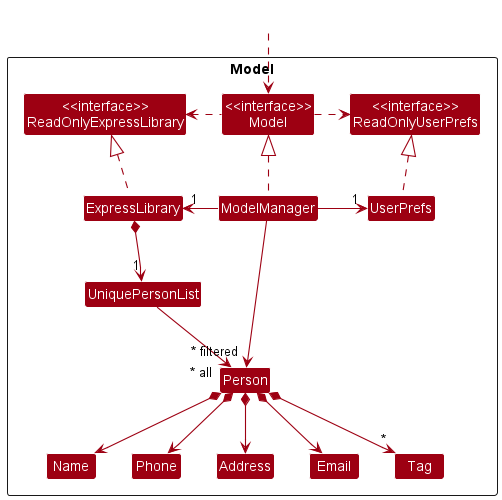
nus-cs2103-AY2223S2/tp keeps this PlantUML diagram as docs/images/ModelClassDiagram.png. Above is the earlier version.
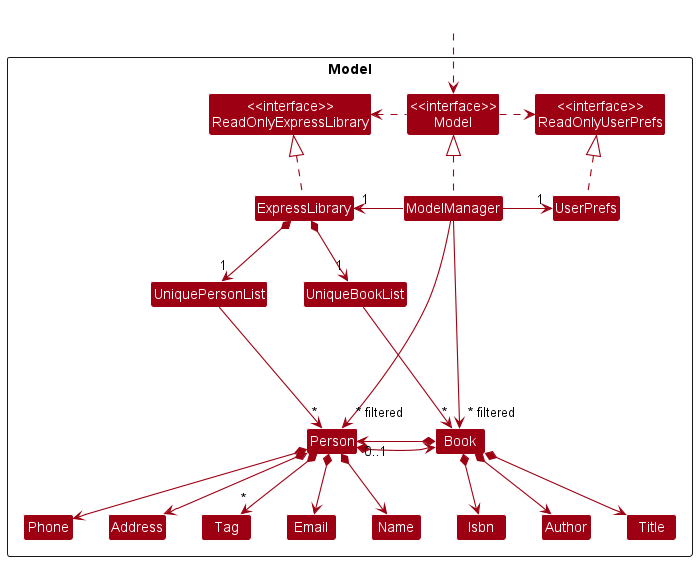
After the change.

Change to the diagram source:
```diff
@@ -5,28 +5,33 @@
 skinparam classBackgroundColor MODEL_COLOR
 
 Package Model <<Rectangle>>{
-Class "<<interface>>\nReadOnlyExpressLibrary" as ReadOnlyExpressLibrary
-Class "<<interface>>\nReadOnlyUserPrefs" as ReadOnlyUserPrefs
-Class "<<interface>>\nModel" as Model
-Class ExpressLibrary
-Class ModelManager
-Class UserPrefs
+    Class "<<interface>>\nReadOnlyExpressLibrary" as ReadOnlyExpressLibrary
+    Class "<<interface>>\nReadOnlyUserPrefs" as ReadOnlyUserPrefs
+    Class "<<interface>>\nModel" as Model
+    Class ExpressLibrary
+    Class ModelManager
+    Class UserPrefs
 
-Class UniquePersonList
-Class Person
-Class Address
-Class Email
-Class Name
-Class Phone
-Class Tag
+    Class UniquePersonList
+    Class Person
+    Class Address
+    Class Email
+    Class Name
+    Class Phone
+    Class Tag
 
+    Class UniqueBookList
+    Class Book
+    Class Author
+    Class Title
+    Class Isbn
 }
 
-Class HiddenOutside #FFFFFF
+class HiddenOutside #FFFFFF
+
 HiddenOutside ..> Model
 
 ExpressLibrary .up.|> ReadOnlyExpressLibrary
-
 ModelManager .up.|> Model
 Model .right.> ReadOnlyUserPrefs
 Model .left.> ReadOnlyExpressLibrary
@@ -35,16 +40,29 @@
 UserPrefs .up.|> ReadOnlyUserPrefs
 
 ExpressLibrary *--> "1" UniquePersonList
-UniquePersonList --> "~* all" Person
+UniquePersonList --> "*" Person
 Person *--> Name
 Person *--> Phone
 Person *--> Email
 Person *--> Address
 Person *--> "*" Tag
 
+ExpressLibrary *--> "1" UniqueBookList
+UniqueBookList ---> "~*" Book
+
+Person *----> Book
+Book *----> "0..1" Person
+Book *--> Title
+Book *--> Author
+Book *--> Isbn
+
+
+Person -[hidden]left---> Book
 Name -[hidden]right-> Phone
 Phone -[hidden]right-> Address
 Address -[hidden]right-> Email
 
-ModelManager -->"~* filtered" Person
+ModelManager --> "~* filtered" Person
+ModelManager --> "~* filtered" Book
+
 @enduml
```
